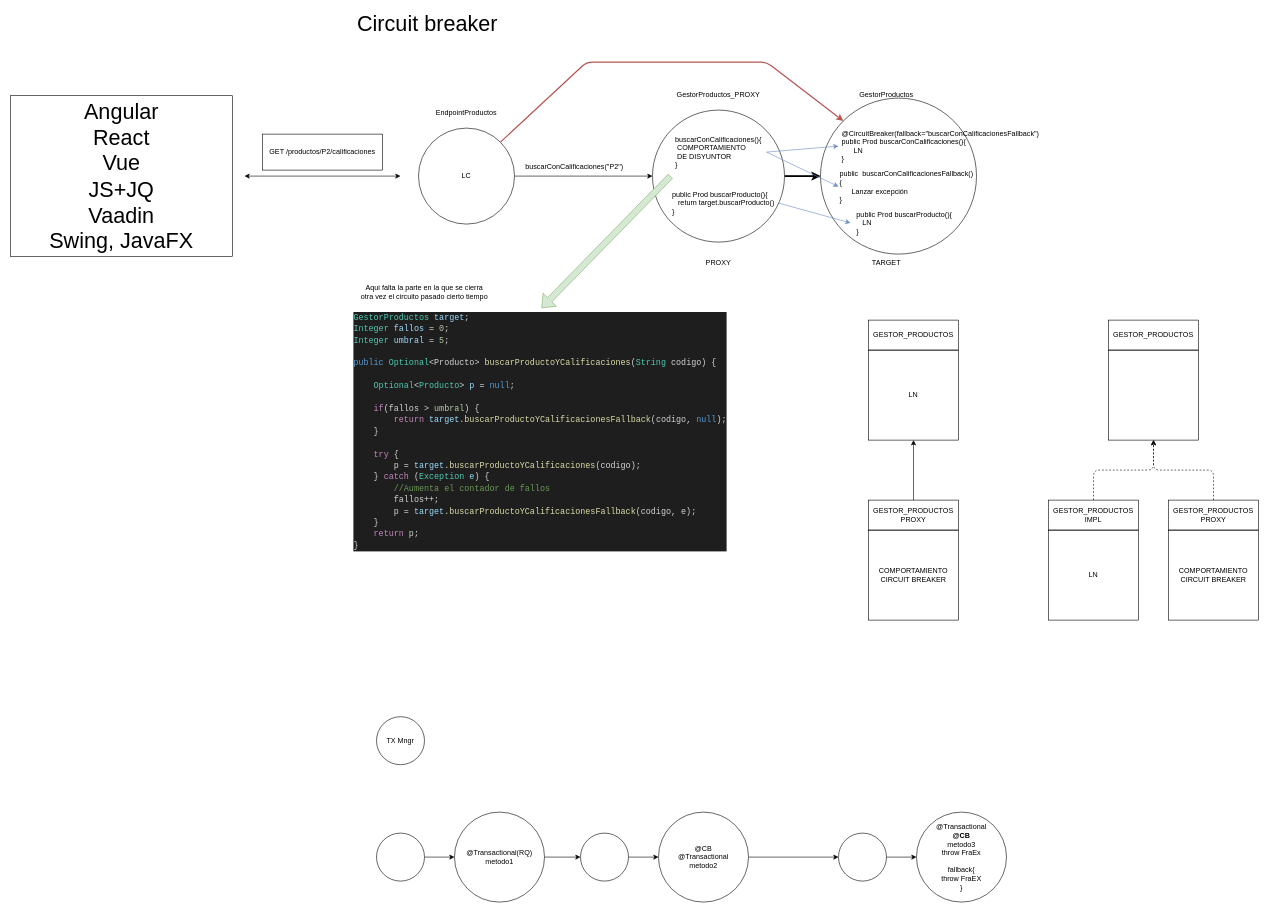
Before: page "Página-19" (19 of 40) of patrones_2022_7.drawio in lrag/Patrones, a draw.io diagram. Source tidied: cells renumbered, new cells numbered last; positions are measured from the earlier drawing's top-left corner, leaving out a move shared by most shapes. Both pictures are drawn from the tidied source at 60%, with x=0, y=0 at pixel (10, 14).
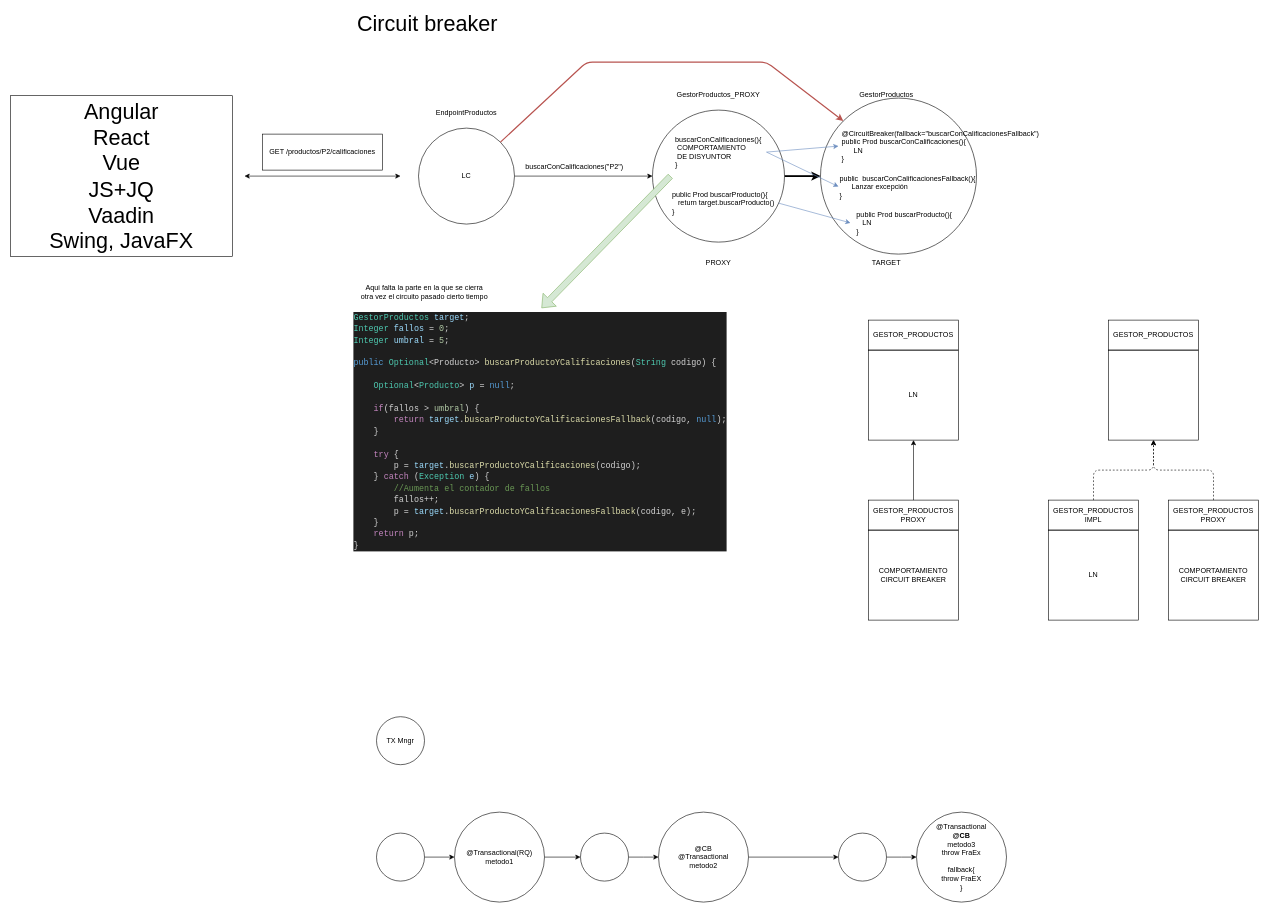
The same diagram, later.

What changed in the source:
```diff
@@
-    <mxCell id="9" value="&lt;div style=&quot;&quot;&gt;&lt;/div&gt;&lt;span style=&quot;&quot;&gt;public&amp;nbsp; buscarConCalificaciones&lt;/span&gt;&lt;span style=&quot;border-color: var(--border-color);&quot;&gt;Fallback()&lt;/span&gt;&lt;div style=&quot;&quot;&gt;&lt;span&gt;{&lt;/span&gt;&lt;br&gt;&lt;/div&gt;&lt;div style=&quot;&quot;&gt;&lt;span&gt;&amp;nbsp; &amp;nbsp; &amp;nbsp; Lanzar excepción&lt;/span&gt;&lt;/div&gt;&lt;div style=&quot;&quot;&gt;&lt;span&gt;}&lt;/span&gt;&lt;/div&gt;" style="text;html=1;strokeColor=none;fillColor=none;align=left;verticalAlign=middle;whiteSpace=wrap;rounded=0;" parent="1" vertex="1">
+    <mxCell id="9" value="&lt;div style=&quot;&quot;&gt;&lt;/div&gt;&lt;span style=&quot;&quot;&gt;public&amp;nbsp; buscarConCalificaciones&lt;/span&gt;&lt;span style=&quot;border-color: var(--border-color);&quot;&gt;Fallback()&lt;span style=&quot;background-color: initial;&quot;&gt;{&lt;/span&gt;&lt;br&gt;&lt;/span&gt;&lt;div style=&quot;&quot;&gt;&lt;span&gt;&amp;nbsp; &amp;nbsp; &amp;nbsp; Lanzar excepción&lt;/span&gt;&lt;/div&gt;&lt;div style=&quot;&quot;&gt;&lt;span&gt;}&lt;/span&gt;&lt;/div&gt;" style="text;html=1;strokeColor=none;fillColor=none;align=left;verticalAlign=middle;whiteSpace=wrap;rounded=0;" parent="1" vertex="1">
       <mxGeometry x="1380" y="260" width="310" height="55" as="geometry" />
     </mxCell>
```
